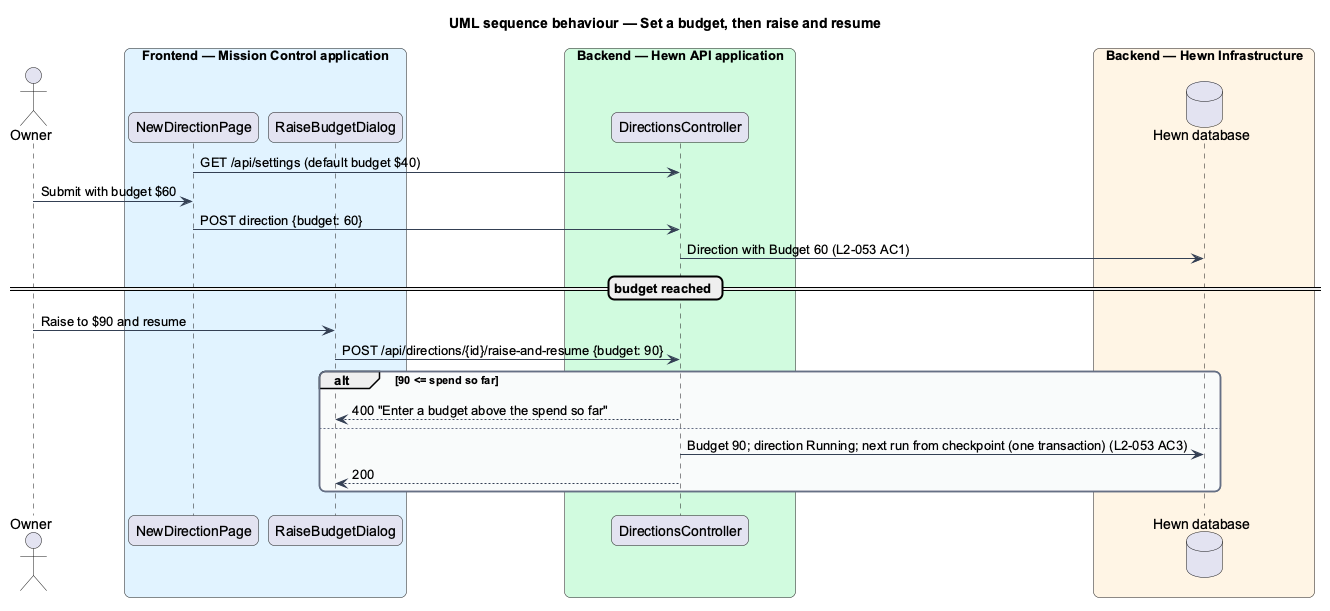
The PlantUML diagram docs/detailed-designs/governance/spend-and-budgets/diagrams/sequence-raise-and-resume.png in QuinntyneBrown/hewn, before a commit. Its diagram source:
```plantuml
@startuml
title UML sequence behaviour — Set a budget, then raise and resume
skinparam backgroundColor #FFFFFF
skinparam shadowing false
skinparam roundcorner 12
skinparam defaultFontName Arial
skinparam ArrowColor #344054
skinparam rectangle {
  BorderColor #344054
  FontColor #101828
}
skinparam package {
  BorderColor #667085
  FontColor #101828
  BackgroundColor #F9FAFB
}
skinparam sequenceMessageAlign left
actor "Owner" as owner
box "Frontend — Mission Control application" #E0F2FE
  participant "NewDirectionPage" as form
  participant "RaiseBudgetDialog" as dlg
end box
box "Backend — Hewn API application" #D1FADF
  participant "DirectionsController" as ctrl
end box
box "Backend — Hewn Infrastructure" #FFF4E5
  database "Hewn database" as db
end box
form -> ctrl : GET /api/settings (default budget $40)
owner -> form : Submit with budget $60
form -> ctrl : POST direction {budget: 60}
ctrl -> db : Direction with Budget 60 (L2-053 AC1)
== budget reached ==
owner -> dlg : Raise to $90 and resume
dlg -> ctrl : POST /api/directions/{id}/raise-and-resume {budget: 90}
alt 90 <= spend so far
  ctrl --> dlg : 400 "Enter a budget above the spend so far"
else
  ctrl -> db : Budget 90; direction Running; next run from checkpoint (one transaction) (L2-053 AC3)
  ctrl --> dlg : 200
end
@enduml
```
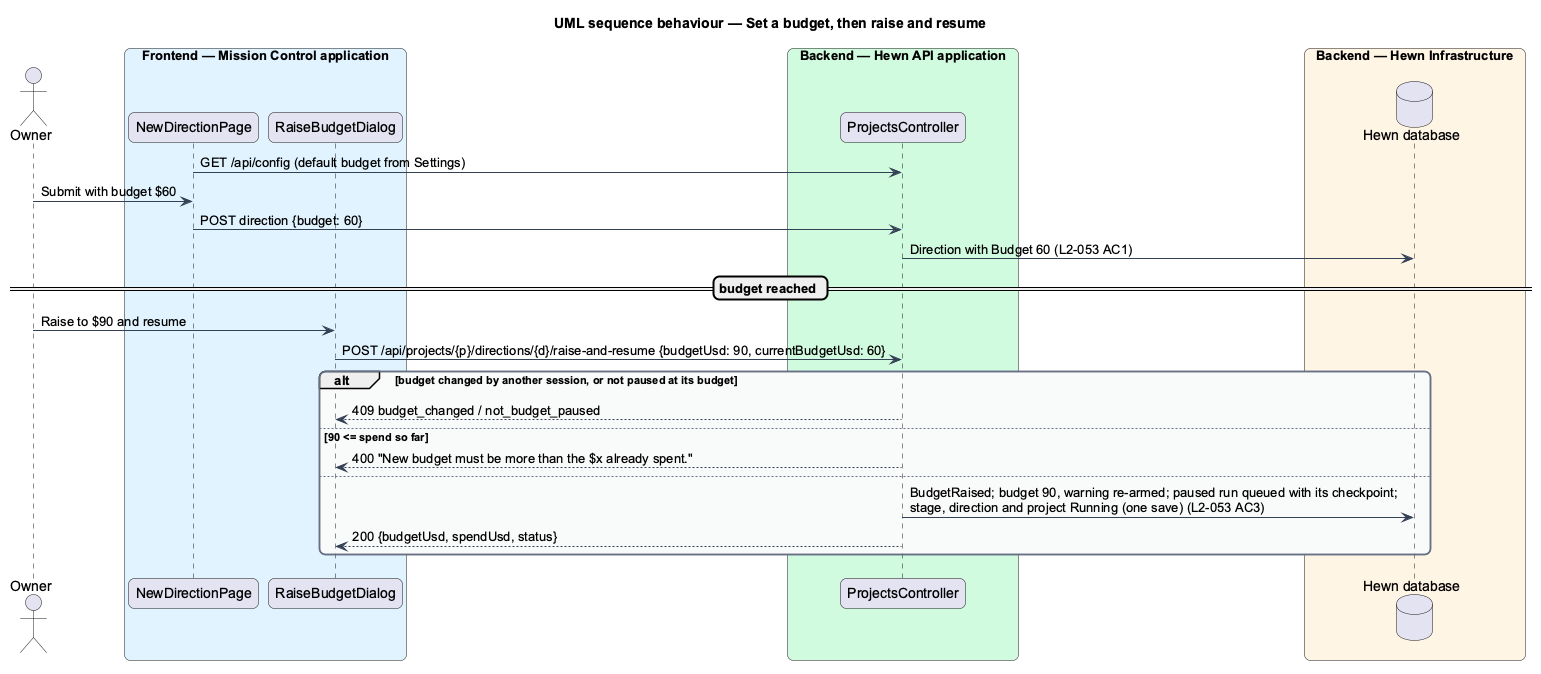
Later version of the same file.

What changed in the source:
```diff
@@ -21,22 +21,24 @@
   participant "RaiseBudgetDialog" as dlg
 end box
 box "Backend — Hewn API application" #D1FADF
-  participant "DirectionsController" as ctrl
+  participant "ProjectsController" as ctrl
 end box
 box "Backend — Hewn Infrastructure" #FFF4E5
   database "Hewn database" as db
 end box
-form -> ctrl : GET /api/settings (default budget $40)
+form -> ctrl : GET /api/config (default budget from Settings)
 owner -> form : Submit with budget $60
 form -> ctrl : POST direction {budget: 60}
 ctrl -> db : Direction with Budget 60 (L2-053 AC1)
 == budget reached ==
 owner -> dlg : Raise to $90 and resume
-dlg -> ctrl : POST /api/directions/{id}/raise-and-resume {budget: 90}
-alt 90 <= spend so far
-  ctrl --> dlg : 400 "Enter a budget above the spend so far"
+dlg -> ctrl : POST /api/projects/{p}/directions/{d}/raise-and-resume {budgetUsd: 90, currentBudgetUsd: 60}
+alt budget changed by another session, or not paused at its budget
+  ctrl --> dlg : 409 budget_changed / not_budget_paused
+else 90 <= spend so far
+  ctrl --> dlg : 400 "New budget must be more than the $x already spent."
 else
-  ctrl -> db : Budget 90; direction Running; next run from checkpoint (one transaction) (L2-053 AC3)
-  ctrl --> dlg : 200
+  ctrl -> db : BudgetRaised; budget 90, warning re-armed; paused run queued with its checkpoint;\nstage, direction and project Running (one save) (L2-053 AC3)
+  ctrl --> dlg : 200 {budgetUsd, spendUsd, status}
 end
 @enduml
```
